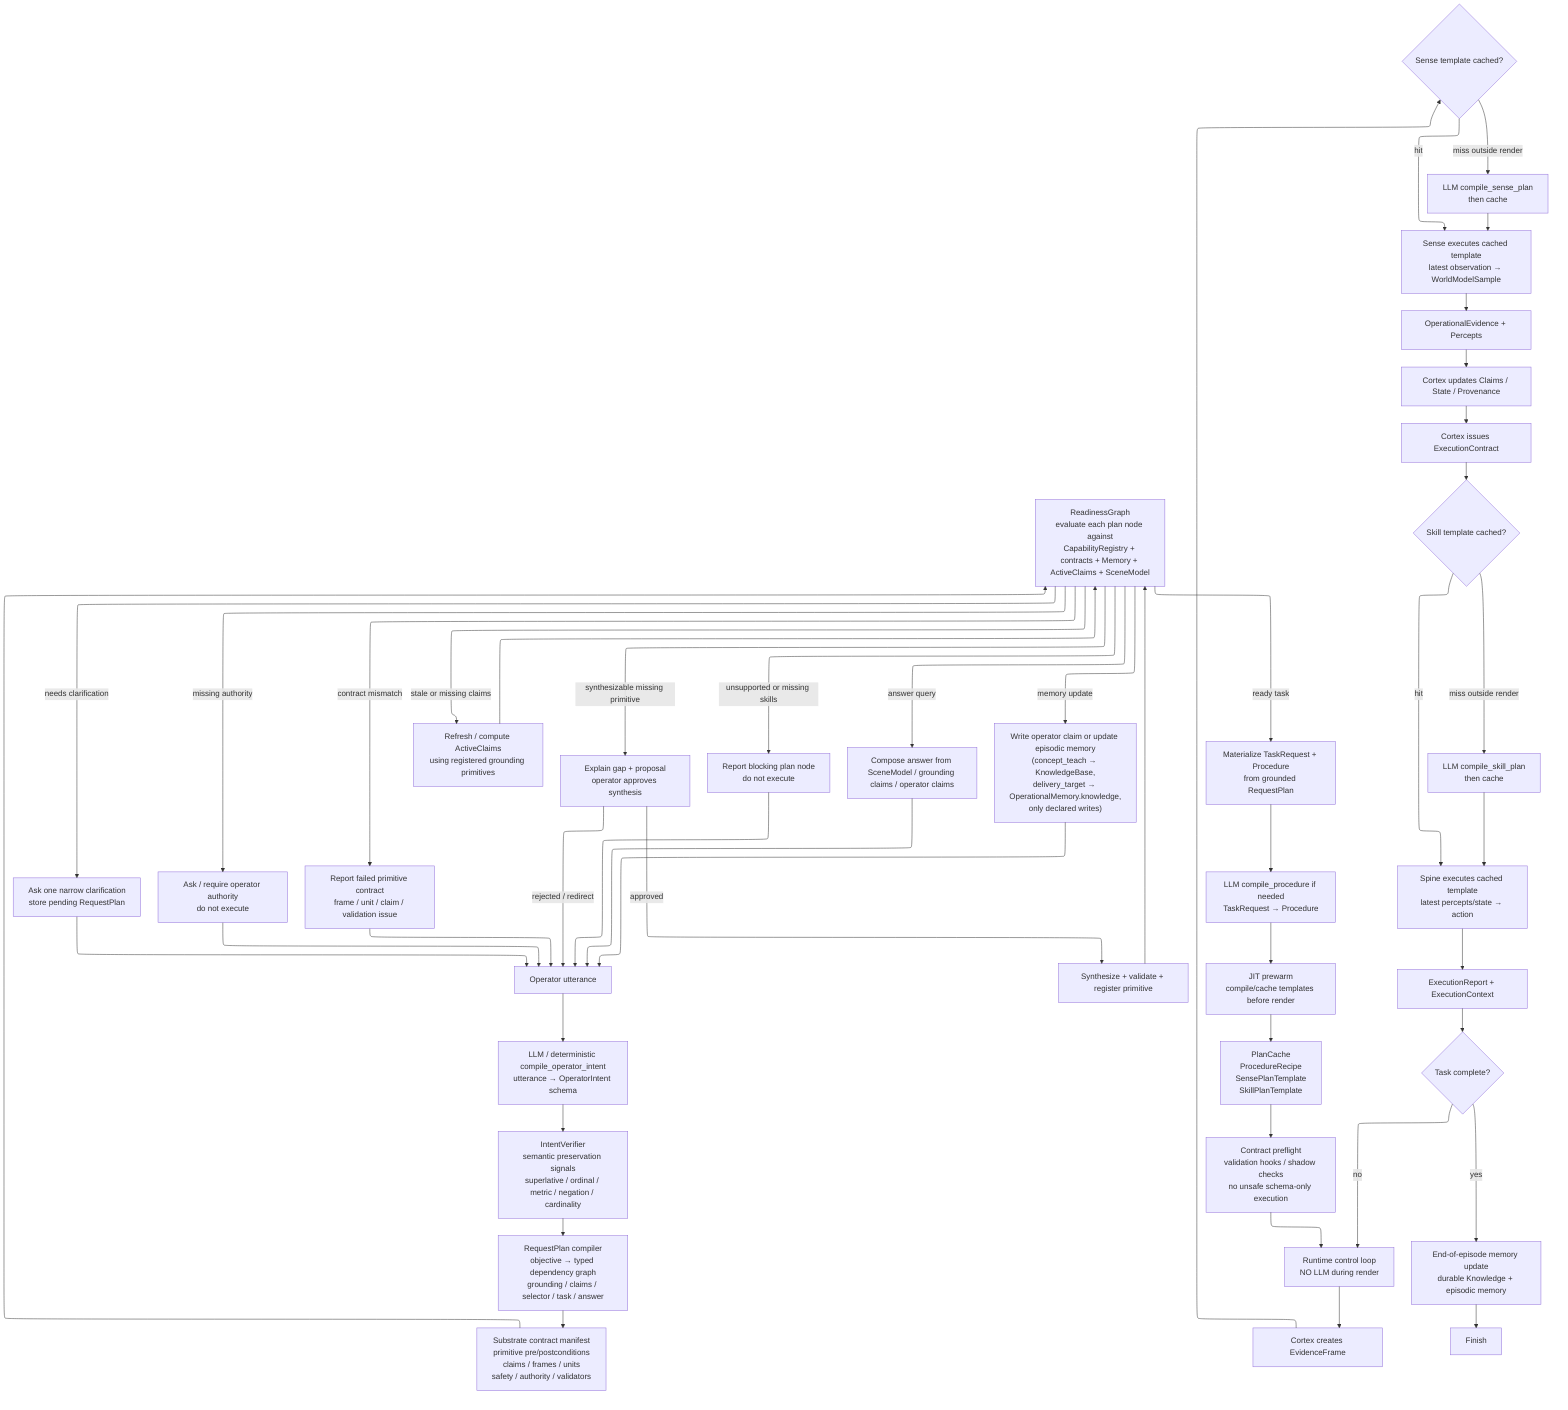
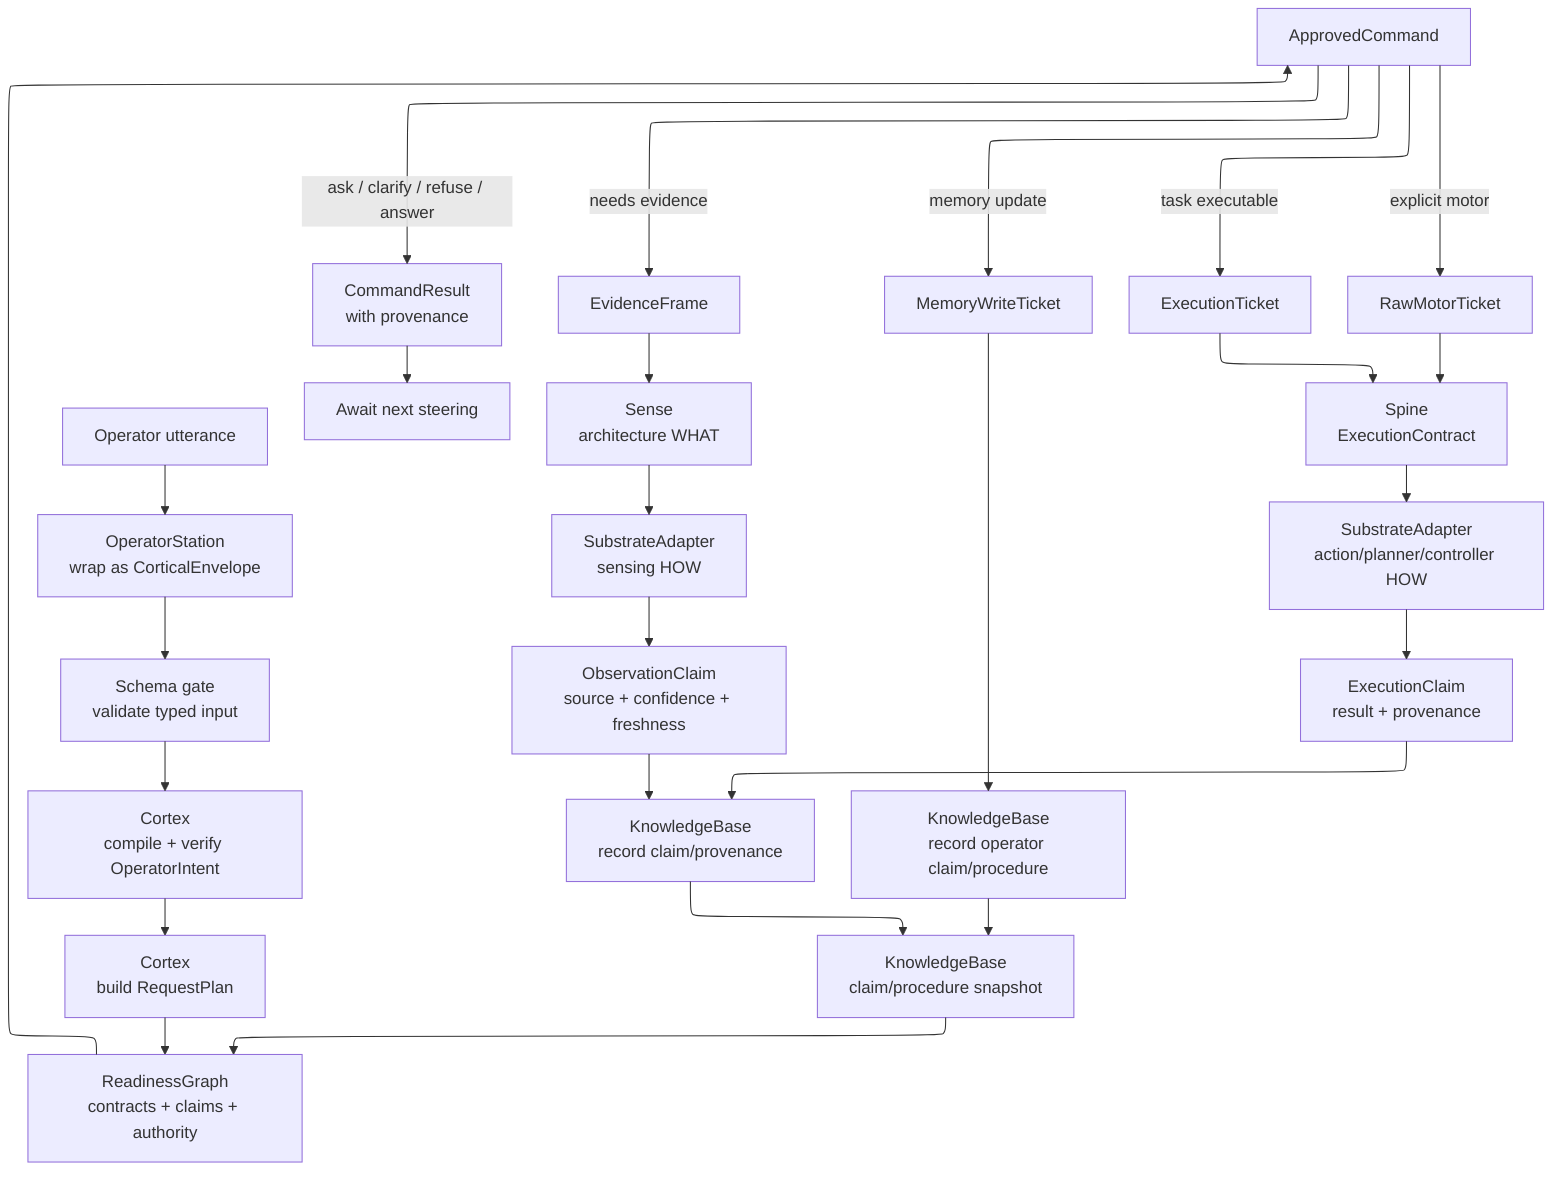
---
config:
  layout: elk
---
flowchart TD

-   Start["Operator utterance"] --> CompileIntent["LLM / deterministic compile_operator_intent<br>utterance → OperatorIntent schema"]
-   CompileIntent --> VerifyIntent["IntentVerifier<br>semantic preservation signals<br>superlative / ordinal / metric / negation / cardinality"]
-   VerifyIntent --> RequestPlan["RequestPlan compiler<br>objective → typed dependency graph<br>grounding / claims / selector / task / answer"]
-   RequestPlan --> ContractLoad["Substrate contract manifest<br>primitive pre/postconditions<br>claims / frames / units<br>safety / authority / validators"]
-   ContractLoad --> Readiness["ReadinessGraph<br>evaluate each plan node against<br>CapabilityRegistry + contracts + Memory + ActiveClaims + SceneModel"]
+   Start["Operator utterance"]
+   Station["OperatorStation<br>wrap as CorticalEnvelope"]
+   SchemaIn["Schema gate<br>validate typed input"]
+   Intent["Cortex<br>compile + verify OperatorIntent"]
+   Plan["Cortex<br>build RequestPlan"]
+   Snapshot["KnowledgeBase<br>claim/procedure snapshot"]
+   Ready["ReadinessGraph<br>contracts + claims + authority"]
+   Gate["ApprovedCommand"]

-   Readiness -->|needs clarification| Ask["Ask one narrow clarification<br>store pending RequestPlan"]
-   Ask --> Start
+   Start --> Station --> SchemaIn --> Intent --> Plan
+   Plan --> Ready
+   Snapshot --> Ready
+   Ready --> Gate

-   Readiness -->|missing authority| AskAuthority["Ask / require operator authority<br>do not execute"]
-   AskAuthority --> Start
+   Gate -->|ask / clarify / refuse / answer| Result["CommandResult<br>with provenance"]
+   Result --> End["Await next steering"]

-   Readiness -->|contract mismatch| ContractBlock["Report failed primitive contract<br>frame / unit / claim / validation issue"]
-   ContractBlock --> Start
+   Gate -->|needs evidence| EvidenceMsg["EvidenceFrame"]
+   EvidenceMsg --> Sense["Sense<br>architecture WHAT"]
+   Sense --> SenseHow["SubstrateAdapter<br>sensing HOW"]
+   SenseHow --> Observation["ObservationClaim<br>source + confidence + freshness"]
+   Observation --> KnowledgeWrite["KnowledgeBase<br>record claim/provenance"]
+   KnowledgeWrite --> Snapshot

-   Readiness -->|stale or missing claims| RefreshClaims["Refresh / compute ActiveClaims<br>using registered grounding primitives"]
-   RefreshClaims --> Readiness
+   Gate -->|memory update| MemoryTicket["MemoryWriteTicket"]
+   MemoryTicket --> OperatorClaim["KnowledgeBase<br>record operator claim/procedure"]
+   OperatorClaim --> Snapshot

-   Readiness -->|synthesizable missing primitive| Propose["Explain gap + proposal<br>operator approves synthesis"]
-   Propose -->|approved| Synthesize["Synthesize + validate + register primitive"]
-   Synthesize --> Readiness
-   Propose -->|rejected / redirect| Start
+   Gate -->|task executable| ExecTicket["ExecutionTicket"]
+   ExecTicket --> Spine["Spine<br>ExecutionContract"]
+   Spine --> ActionHow["SubstrateAdapter<br>action/planner/controller HOW"]
+   ActionHow --> ExecClaim["ExecutionClaim<br>result + provenance"]
+   ExecClaim --> KnowledgeWrite

-   Readiness -->|unsupported or missing skills| Refuse["Report blocking plan node<br>do not execute"]
-   Refuse --> Start
- 
-   Readiness -->|answer query| Answer["Compose answer from SceneModel / grounding claims / operator claims"]
-   Answer --> Start
- 
-   Readiness -->|memory update| MemoryUpdate["Write operator claim or update episodic memory<br>(concept_teach → KnowledgeBase,<br>delivery_target → OperationalMemory.knowledge,<br>only declared writes)"]
-   MemoryUpdate --> Start
- 
-   Readiness -->|ready task| Materialize["Materialize TaskRequest + Procedure<br>from grounded RequestPlan"]
-   Materialize --> CompileProc["LLM compile_procedure if needed<br>TaskRequest → Procedure"]
-   CompileProc --> Prewarm["JIT prewarm<br>compile/cache templates before render"]
- 
-   Prewarm --> Cache["PlanCache<br>ProcedureRecipe<br>SensePlanTemplate<br>SkillPlanTemplate"]
- 
-   Cache --> Preflight["Contract preflight<br>validation hooks / shadow checks<br>no unsafe schema-only execution"]
-   Preflight --> Loop["Runtime control loop<br>NO LLM during render"]
- 
-   Loop --> EF["Cortex creates EvidenceFrame"]
-   EF --> SenseCache{"Sense template cached?"}
-   SenseCache -->|hit| SenseRun["Sense executes cached template<br>latest observation → WorldModelSample"]
-   SenseCache -->|miss outside render| SenseCompile["LLM compile_sense_plan<br>then cache"]
-   SenseCompile --> SenseRun
- 
-   SenseRun --> Evidence["OperationalEvidence + Percepts"]
-   Evidence --> CortexUpdate["Cortex updates Claims / State / Provenance"]
- 
-   CortexUpdate --> Contract["Cortex issues ExecutionContract"]
-   Contract --> SkillCache{"Skill template cached?"}
-   SkillCache -->|hit| SpineRun["Spine executes cached template<br>latest percepts/state → action"]
-   SkillCache -->|miss outside render| SkillCompile["LLM compile_skill_plan<br>then cache"]
-   SkillCompile --> SpineRun
- 
-   SpineRun --> Report["ExecutionReport + ExecutionContext"]
-   Report --> Done{"Task complete?"}
- 
-   Done -->|no| Loop
-   Done -->|yes| Memory["End-of-episode memory update<br>durable Knowledge + episodic memory"]
-   Memory --> End["Finish"]
+   Gate -->|explicit motor| MotorTicket["RawMotorTicket"]
+   MotorTicket --> Spine
